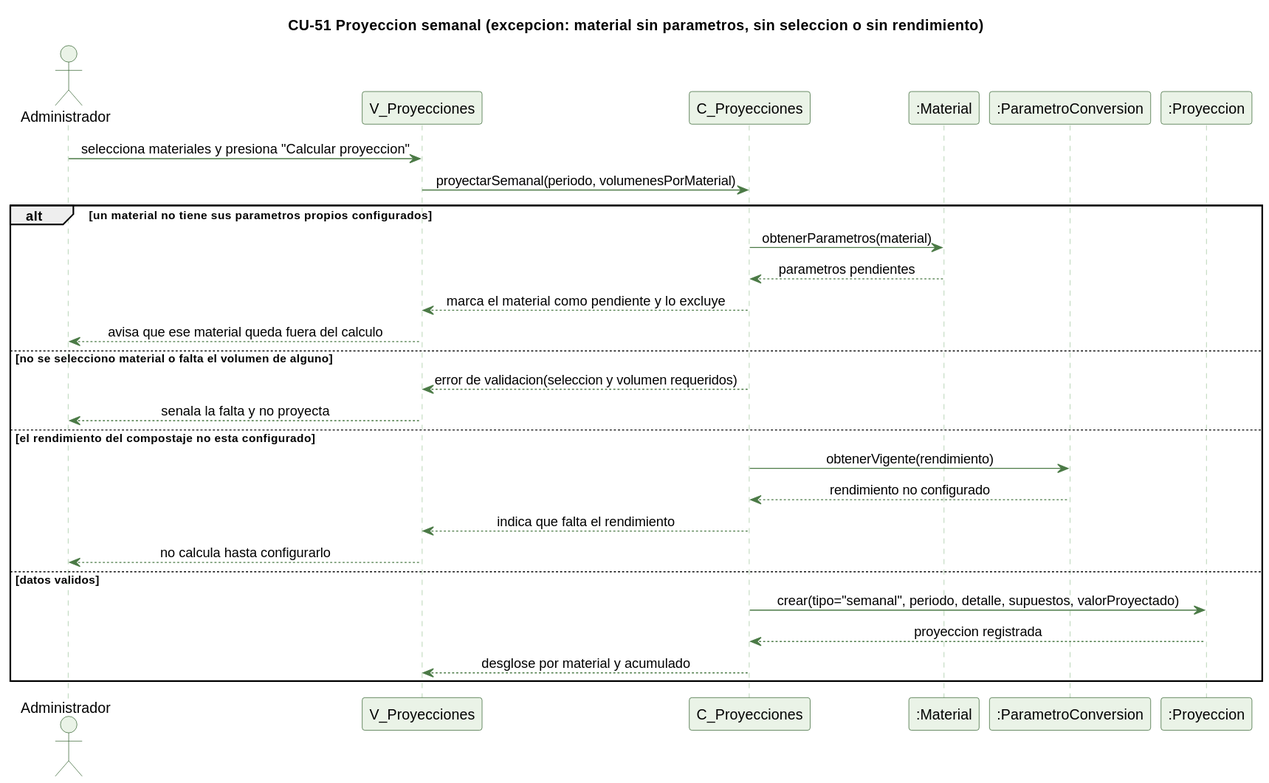
The PlantUML diagram docs/trabajo-grupal/diagramas/secuencias/cu51-proyeccion-semanal-excepcion.svg in kenjikaese/Triverde, before a commit.
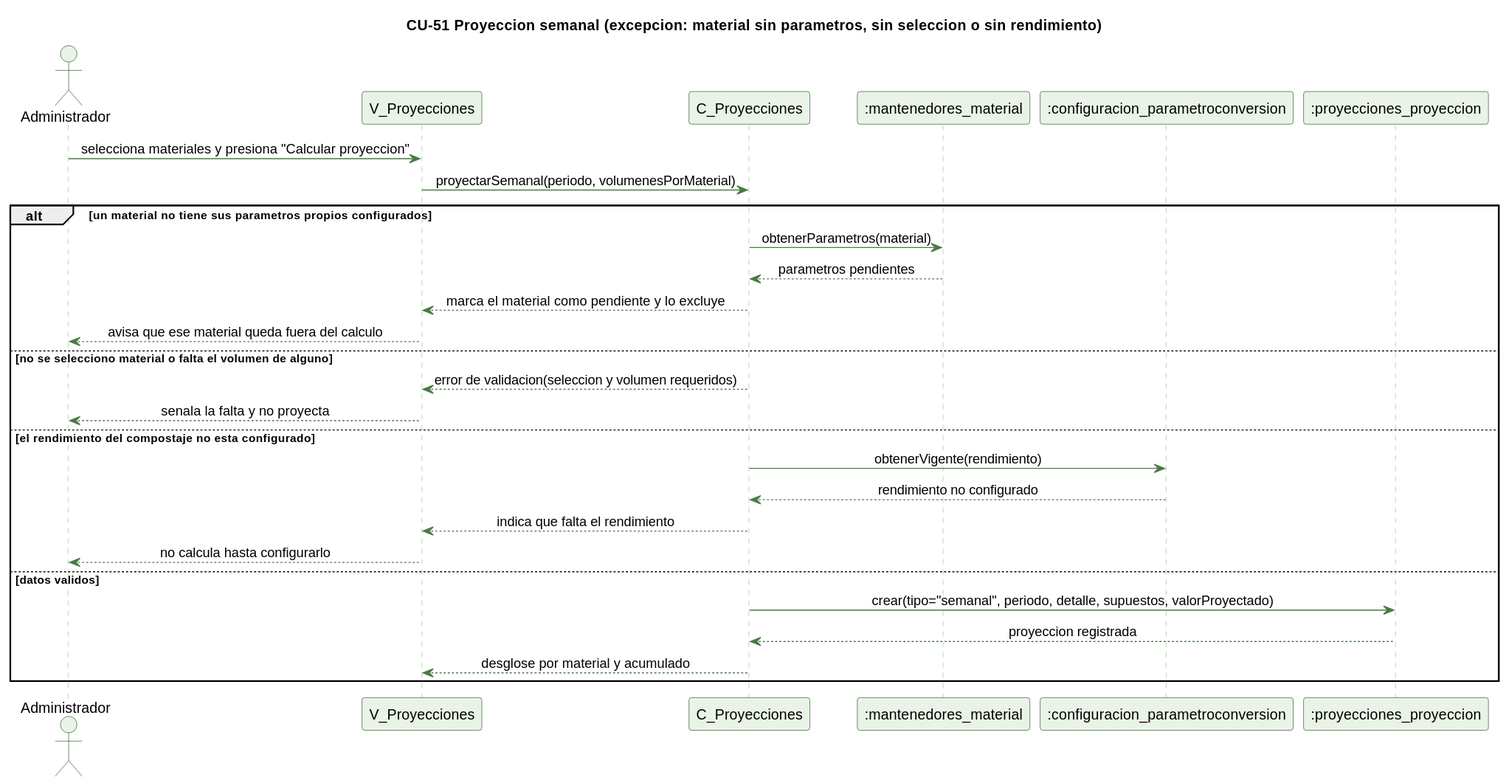
Above is the later version.

The edit, as a diff of the source:
```diff
@@ -15,9 +15,9 @@
 actor Administrador
 participant "V_Proyecciones" as V
 participant "C_Proyecciones" as C
-participant ":Material" as M
-participant ":ParametroConversion" as PC
-participant ":Proyeccion" as P
+participant ":mantenedores_material" as M
+participant ":configuracion_parametroconversion" as PC
+participant ":proyecciones_proyeccion" as P
 
 Administrador -> V : selecciona materiales y presiona "Calcular proyeccion"
 V -> C : proyectarSemanal(periodo, volumenesPorMaterial)
```
